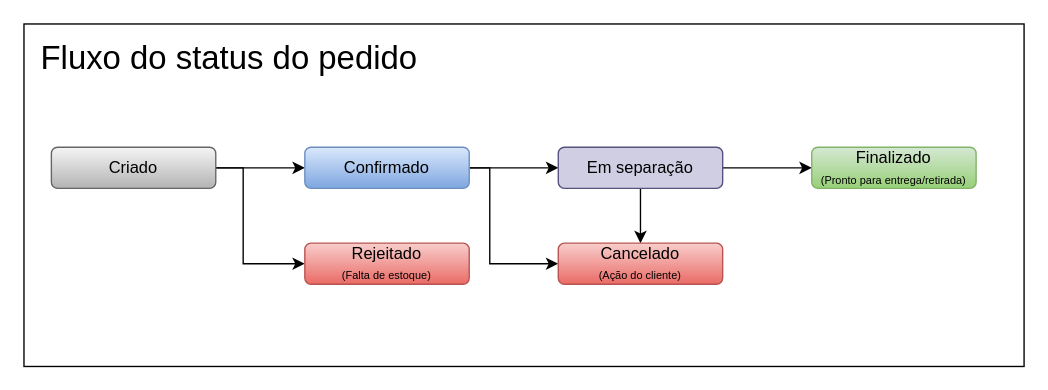
b01tech/AvanadeStore-Microservices keeps this draw.io diagram as page "Fluxo-pedido" (3 of 4) of AvanadeStore.Gateway/Diagrams/AvanadeStore-Microservices.drawio. Above is the earlier version. Source tidied: cells renumbered, new cells numbered last; positions are measured from the earlier drawing's top-left corner, leaving out a move shared by most shapes. Both pictures are drawn from the tidied source at 137%, with x=0, y=0 at pixel (23, 23).
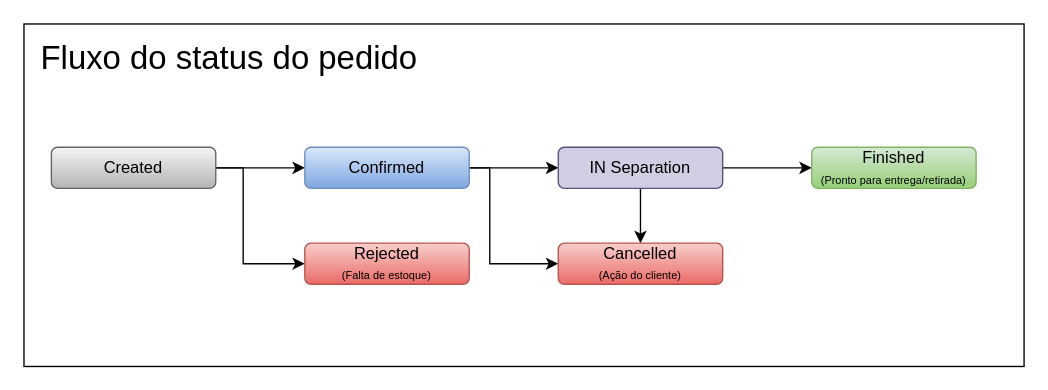
The same diagram, later.

What changed in the source:
```diff
@@
 <mxGraphModel>
   <root>
     <mxCell id="0" />
     <mxCell id="1" parent="0" />
     <mxCell id="2" style="rounded=0;whiteSpace=wrap;html=1;fillColor=none;" parent="1" vertex="1">
       <mxGeometry width="730" height="250" as="geometry" />
     </mxCell>
     <mxCell id="3" style="edgeStyle=orthogonalEdgeStyle;rounded=0;jettySize=auto;html=1;" parent="1" edge="1" source="5" target="8">
       <mxGeometry relative="1" as="geometry" />
     </mxCell>
     <mxCell id="4" style="edgeStyle=orthogonalEdgeStyle;rounded=0;jettySize=auto;html=1;" parent="1" edge="1" source="5" target="9">
       <mxGeometry relative="1" as="geometry">
         <Array as="points">
           <mxPoint x="160" y="105" />
           <mxPoint x="160" y="175" />
         </Array>
       </mxGeometry>
     </mxCell>
-    <mxCell id="5" value="Criado" style="rounded=1;whiteSpace=wrap;html=1;fillColor=#f5f5f5;strokeColor=#666666;gradientColor=#b3b3b3;" parent="1" vertex="1">
+    <mxCell id="5" value="Created" style="rounded=1;whiteSpace=wrap;html=1;fillColor=#f5f5f5;strokeColor=#666666;gradientColor=#b3b3b3;" parent="1" vertex="1">
       <mxGeometry x="20" y="90" width="120" height="30" as="geometry" />
     </mxCell>
     <mxCell id="6" style="edgeStyle=orthogonalEdgeStyle;rounded=0;jettySize=auto;html=1;" parent="1" edge="1" source="8" target="12">
       <mxGeometry relative="1" as="geometry" />
     </mxCell>
     <mxCell id="7" style="edgeStyle=orthogonalEdgeStyle;rounded=0;jettySize=auto;html=1;" parent="1" edge="1" source="8" target="13">
       <mxGeometry relative="1" as="geometry">
         <Array as="points">
           <mxPoint x="340" y="105" />
           <mxPoint x="340" y="175" />
         </Array>
       </mxGeometry>
     </mxCell>
-    <mxCell id="8" value="Confirmado" style="rounded=1;whiteSpace=wrap;html=1;fillColor=#dae8fc;strokeColor=#6c8ebf;gradientColor=#7ea6e0;" parent="1" vertex="1">
+    <mxCell id="8" value="Confirmed" style="rounded=1;whiteSpace=wrap;html=1;fillColor=#dae8fc;strokeColor=#6c8ebf;gradientColor=#7ea6e0;" parent="1" vertex="1">
       <mxGeometry x="205" y="90" width="120" height="30" as="geometry" />
     </mxCell>
-    <mxCell id="9" value="Rejeitado&lt;div&gt;&lt;font style=&quot;font-size: 8px;&quot;&gt;(Falta de estoque)&lt;/font&gt;&lt;/div&gt;" style="rounded=1;whiteSpace=wrap;html=1;fillColor=#f8cecc;strokeColor=#b85450;gradientColor=#ea6b66;" parent="1" vertex="1">
+    <mxCell id="9" value="Rejected&lt;div&gt;&lt;font style=&quot;font-size: 8px;&quot;&gt;(Falta de estoque)&lt;/font&gt;&lt;/div&gt;" style="rounded=1;whiteSpace=wrap;html=1;fillColor=#f8cecc;strokeColor=#b85450;gradientColor=#ea6b66;" parent="1" vertex="1">
       <mxGeometry x="205" y="160" width="120" height="30" as="geometry" />
     </mxCell>
     <mxCell id="10" style="edgeStyle=orthogonalEdgeStyle;rounded=0;jettySize=auto;html=1;" parent="1" edge="1" source="12" target="14">
       <mxGeometry relative="1" as="geometry" />
     </mxCell>
     <mxCell id="11" style="edgeStyle=orthogonalEdgeStyle;rounded=0;jettySize=auto;html=1;" parent="1" edge="1" source="12" target="13">
       <mxGeometry relative="1" as="geometry" />
     </mxCell>
-    <mxCell id="12" value="Em separação" style="rounded=1;whiteSpace=wrap;html=1;fillColor=#d0cee2;strokeColor=#56517e;" parent="1" vertex="1">
+    <mxCell id="12" value="IN Separation" style="rounded=1;whiteSpace=wrap;html=1;fillColor=#d0cee2;strokeColor=#56517e;" parent="1" vertex="1">
       <mxGeometry x="390" y="90" width="120" height="30" as="geometry" />
     </mxCell>
-    <mxCell id="13" value="Cancelado&lt;div&gt;&lt;font style=&quot;font-size: 8px;&quot;&gt;(Ação do cliente)&lt;/font&gt;&lt;/div&gt;" style="rounded=1;whiteSpace=wrap;html=1;fillColor=#f8cecc;strokeColor=#b85450;gradientColor=#ea6b66;" parent="1" vertex="1">
+    <mxCell id="13" value="Cancelled&lt;div&gt;&lt;font style=&quot;font-size: 8px;&quot;&gt;(Ação do cliente)&lt;/font&gt;&lt;/div&gt;" style="rounded=1;whiteSpace=wrap;html=1;fillColor=#f8cecc;strokeColor=#b85450;gradientColor=#ea6b66;" parent="1" vertex="1">
       <mxGeometry x="390" y="160" width="120" height="30" as="geometry" />
     </mxCell>
-    <mxCell id="14" value="Finalizado&lt;br&gt;&lt;font style=&quot;font-size: 8px;&quot;&gt;(Pronto para entrega/retirada)&lt;/font&gt;" style="rounded=1;whiteSpace=wrap;html=1;fillColor=#d5e8d4;strokeColor=#82b366;gradientColor=#97d077;" parent="1" vertex="1">
+    <mxCell id="14" value="&lt;font style=&quot;&quot;&gt;Finished&lt;br&gt;&lt;/font&gt;&lt;font style=&quot;font-size: 8px;&quot;&gt;(Pronto para entrega/retirada)&lt;/font&gt;" style="rounded=1;whiteSpace=wrap;html=1;fillColor=#d5e8d4;strokeColor=#82b366;gradientColor=#97d077;" parent="1" vertex="1">
       <mxGeometry x="575" y="90" width="120" height="30" as="geometry" />
     </mxCell>
     <mxCell id="15" value="&lt;font style=&quot;font-size: 24px;&quot;&gt;Fluxo do status do pedido&lt;/font&gt;" style="text;html=1;align=center;verticalAlign=middle;whiteSpace=wrap;rounded=0;fontSize=11;" parent="1" vertex="1">
       <mxGeometry x="10" y="10" width="280" height="30" as="geometry" />
     </mxCell>
   </root>
 </mxGraphModel>
```
